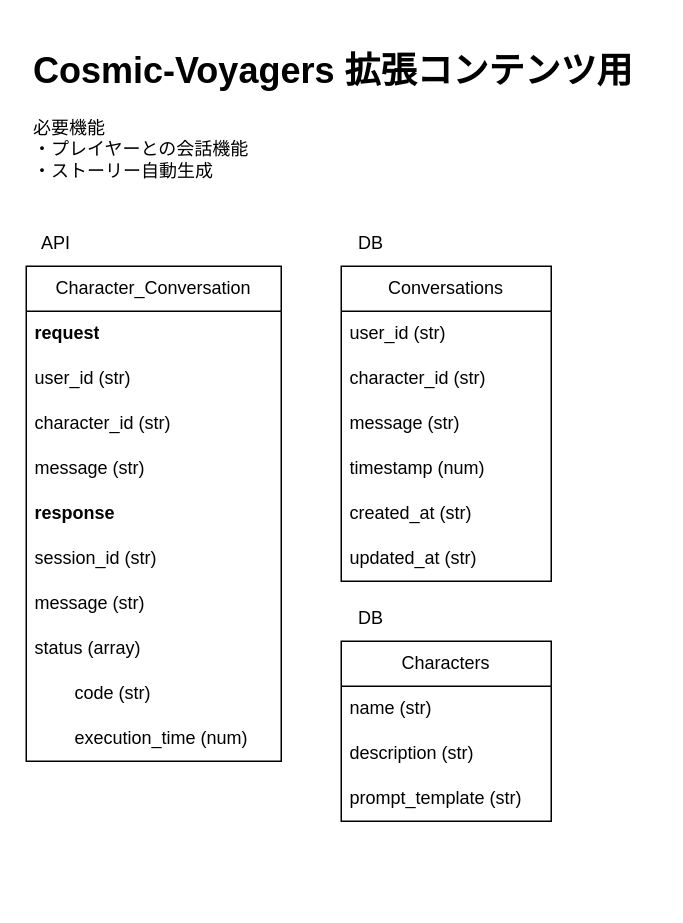
Before: map.drawio in AntiInsufficientSleep/Cosmic-Voyagers-backend, a draw.io diagram. Source tidied: cells renumbered, new cells numbered last; positions are measured from the earlier drawing's top-left corner, leaving out a move shared by most shapes. Both pictures are drawn from the tidied source at 150%, with x=0, y=0 at pixel (26, 40).
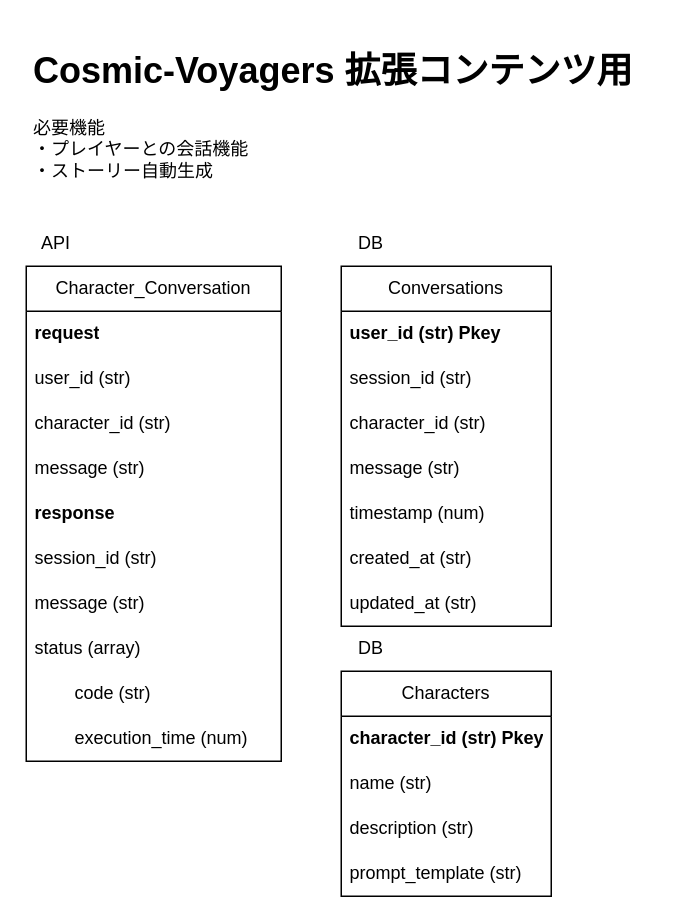
The same page after the edit.

Commit message:
update: パラメータの一部追加

Diff of the diagram source:
```diff
@@
     <mxCell id="16" value="Conversations" style="swimlane;fontStyle=0;horizontal=1;startSize=30;whiteSpace=wrap;html=1;" parent="1" vertex="1">
-      <mxGeometry x="210" y="150" width="140" height="210" as="geometry" />
+      <mxGeometry x="210" y="150" width="140" height="240" as="geometry" />
     </mxCell>
-    <mxCell id="17" value="user_id (str)" style="text;strokeColor=none;fillColor=none;align=left;verticalAlign=middle;spacingLeft=4;spacingRight=4;overflow=hidden;whiteSpace=wrap;html=1;" parent="16" vertex="1">
+    <mxCell id="17" value="&lt;b&gt;user_id (str) Pkey&lt;/b&gt;" style="text;strokeColor=none;fillColor=none;align=left;verticalAlign=middle;spacingLeft=4;spacingRight=4;overflow=hidden;whiteSpace=wrap;html=1;" parent="16" vertex="1">
       <mxGeometry y="30" width="140" height="30" as="geometry" />
     </mxCell>
+    <mxCell id="28" value="session_id (str)" style="text;strokeColor=none;fillColor=none;align=left;verticalAlign=middle;spacingLeft=4;spacingRight=4;overflow=hidden;whiteSpace=wrap;html=1;" parent="16" vertex="1">
+      <mxGeometry y="60" width="140" height="30" as="geometry" />
+    </mxCell>
     <mxCell id="18" value="character_id (str)" style="text;strokeColor=none;fillColor=none;align=left;verticalAlign=middle;spacingLeft=4;spacingRight=4;overflow=hidden;whiteSpace=wrap;html=1;" parent="16" vertex="1">
-      <mxGeometry y="60" width="140" height="30" as="geometry" />
+      <mxGeometry y="90" width="140" height="30" as="geometry" />
     </mxCell>
     <mxCell id="19" value="message (str)" style="text;strokeColor=none;fillColor=none;align=left;verticalAlign=middle;spacingLeft=4;spacingRight=4;overflow=hidden;whiteSpace=wrap;html=1;" parent="16" vertex="1">
-      <mxGeometry y="90" width="140" height="30" as="geometry" />
+      <mxGeometry y="120" width="140" height="30" as="geometry" />
     </mxCell>
     <mxCell id="20" value="timestamp (num)" style="text;strokeColor=none;fillColor=none;align=left;verticalAlign=middle;spacingLeft=4;spacingRight=4;overflow=hidden;whiteSpace=wrap;html=1;" parent="16" vertex="1">
-      <mxGeometry y="120" width="140" height="30" as="geometry" />
+      <mxGeometry y="150" width="140" height="30" as="geometry" />
     </mxCell>
     <mxCell id="21" value="created_at (str)" style="text;strokeColor=none;fillColor=none;align=left;verticalAlign=middle;spacingLeft=4;spacingRight=4;overflow=hidden;whiteSpace=wrap;html=1;" parent="16" vertex="1">
-      <mxGeometry y="150" width="140" height="30" as="geometry" />
+      <mxGeometry y="180" width="140" height="30" as="geometry" />
     </mxCell>
     <mxCell id="22" value="updated_at (str)" style="text;strokeColor=none;fillColor=none;align=left;verticalAlign=middle;spacingLeft=4;spacingRight=4;overflow=hidden;whiteSpace=wrap;html=1;" parent="16" vertex="1">
-      <mxGeometry y="180" width="140" height="30" as="geometry" />
+      <mxGeometry y="210" width="140" height="30" as="geometry" />
     </mxCell>
     <mxCell id="23" value="DB" style="text;html=1;strokeColor=none;fillColor=none;align=center;verticalAlign=middle;whiteSpace=wrap;rounded=0;" parent="1" vertex="1">
-      <mxGeometry x="210" y="370" width="40" height="30" as="geometry" />
+      <mxGeometry x="210" y="390" width="40" height="30" as="geometry" />
     </mxCell>
     <mxCell id="24" value="Characters" style="swimlane;fontStyle=0;horizontal=1;startSize=30;whiteSpace=wrap;html=1;" parent="1" vertex="1">
-      <mxGeometry x="210" y="400" width="140" height="120" as="geometry" />
+      <mxGeometry x="210" y="420" width="140" height="150" as="geometry" />
     </mxCell>
+    <mxCell id="29" value="&lt;b&gt;character_id (str) Pkey&lt;/b&gt;" style="text;strokeColor=none;fillColor=none;align=left;verticalAlign=middle;spacingLeft=4;spacingRight=4;overflow=hidden;whiteSpace=wrap;html=1;" parent="24" vertex="1">
+      <mxGeometry y="30" width="140" height="30" as="geometry" />
+    </mxCell>
     <mxCell id="25" value="name (str)" style="text;strokeColor=none;fillColor=none;align=left;verticalAlign=middle;spacingLeft=4;spacingRight=4;overflow=hidden;whiteSpace=wrap;html=1;" parent="24" vertex="1">
-      <mxGeometry y="30" width="140" height="30" as="geometry" />
+      <mxGeometry y="60" width="140" height="30" as="geometry" />
     </mxCell>
     <mxCell id="26" value="description (str)" style="text;strokeColor=none;fillColor=none;align=left;verticalAlign=middle;spacingLeft=4;spacingRight=4;overflow=hidden;whiteSpace=wrap;html=1;" parent="24" vertex="1">
-      <mxGeometry y="60" width="140" height="30" as="geometry" />
+      <mxGeometry y="90" width="140" height="30" as="geometry" />
     </mxCell>
     <mxCell id="27" value="prompt_template (str)" style="text;strokeColor=none;fillColor=none;align=left;verticalAlign=middle;spacingLeft=4;spacingRight=4;overflow=hidden;whiteSpace=wrap;html=1;" parent="24" vertex="1">
-      <mxGeometry y="90" width="140" height="30" as="geometry" />
+      <mxGeometry y="120" width="140" height="30" as="geometry" />
     </mxCell>
```
